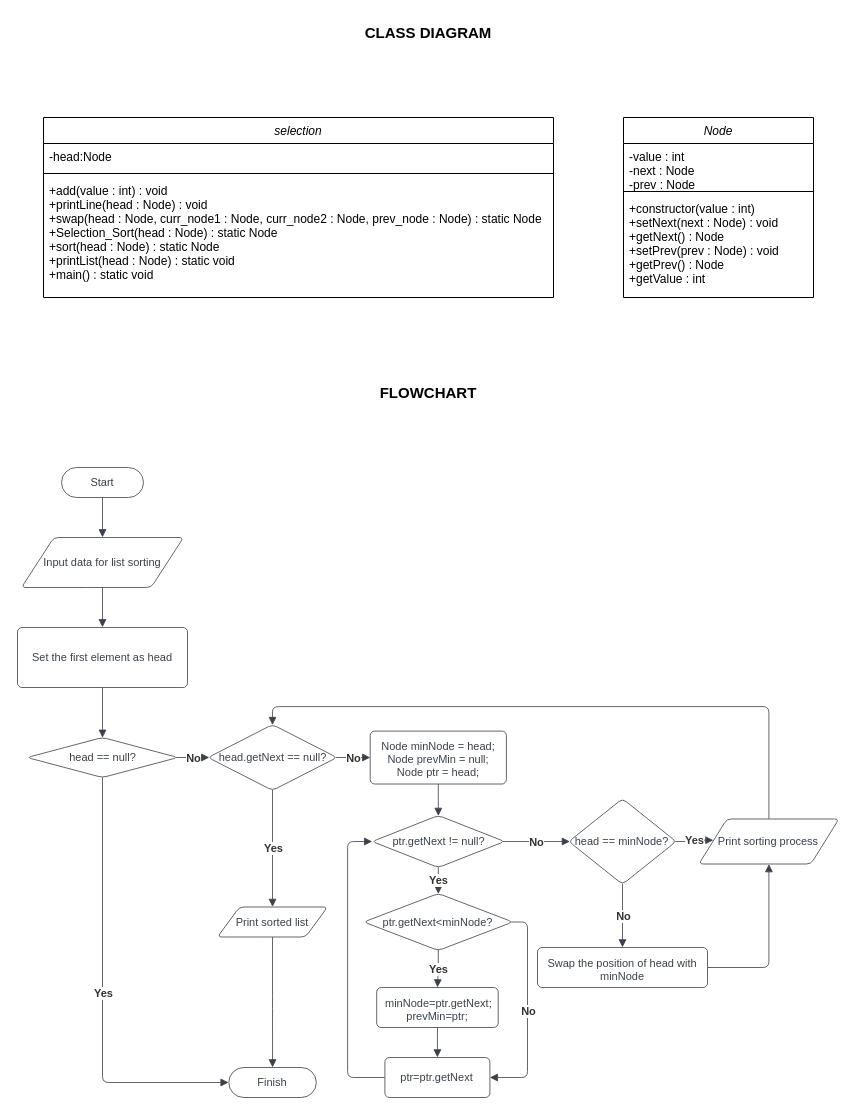
Before: 3. SimpleSort/Untitled Diagram.drawio in vstartech11/Strukdat, a draw.io diagram. Source tidied: cells renumbered, new cells numbered last; positions are measured from the earlier drawing's top-left corner, leaving out a move shared by most shapes. Both pictures are drawn from the tidied source at 100%, with x=0, y=0 at pixel (17, 17).
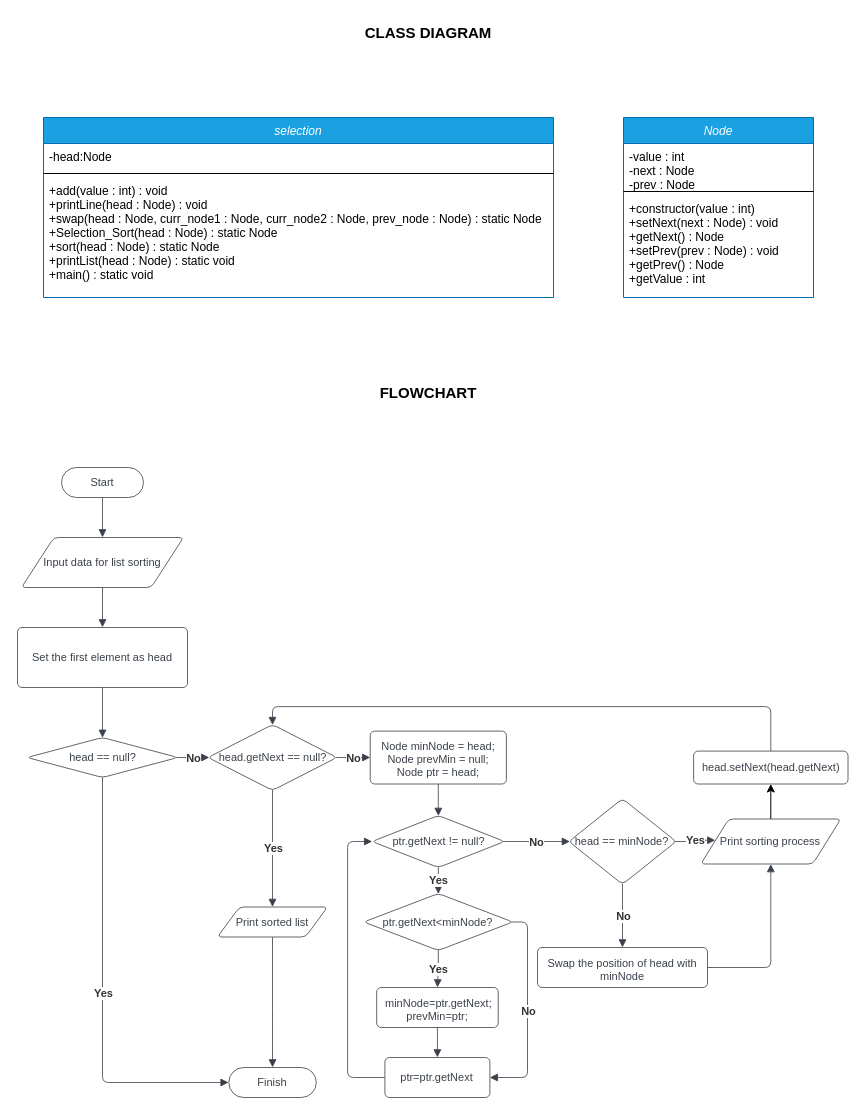
Above is the later version.

Unchanged cells that the change refers to:
```xml
<mxCell id="12" value="head.getNext == null?" style="html=1;overflow=block;blockSpacing=1;whiteSpace=wrap;rhombus;fontSize=11;fontColor=#3a414a;spacing=3.8;strokeColor=#3a414a;strokeOpacity=100;rounded=1;absoluteArcSize=1;arcSize=9;strokeWidth=0.8;" parent="1" vertex="1">
  <mxGeometry x="190.6" y="707.1" width="128.8" height="65.8" as="geometry" />
</mxCell>
```

What changed in the source:
```diff
@@
-    <mxCell id="2" value="selection" style="swimlane;fontStyle=2;align=center;verticalAlign=top;horizontal=1;startSize=26;rounded=0;shadow=0;strokeWidth=1;" parent="1" vertex="1">
+    <mxCell id="2" value="selection" style="swimlane;fontStyle=2;align=center;verticalAlign=top;horizontal=1;startSize=26;rounded=0;shadow=0;strokeWidth=1;fillColor=#1ba1e2;strokeColor=#006EAF;fontColor=#ffffff;" parent="1" vertex="1">
       <mxGeometry x="26" y="100" width="510" height="180" as="geometry" />
     </mxCell>
@@
-    <mxCell id="6" value="Node" style="swimlane;fontStyle=2;align=center;verticalAlign=top;horizontal=1;startSize=26;rounded=0;shadow=0;strokeWidth=1;" parent="1" vertex="1">
+    <mxCell id="6" value="Node" style="swimlane;fontStyle=2;align=center;verticalAlign=top;horizontal=1;startSize=26;rounded=0;shadow=0;strokeWidth=1;fillColor=#1ba1e2;strokeColor=#006EAF;fontColor=#ffffff;" parent="1" vertex="1">
       <mxGeometry x="606" y="100" width="190" height="180" as="geometry" />
     </mxCell>
@@
-    <mxCell id="30" style="html=1;jettySize=18;whiteSpace=wrap;fontSize=11;strokeColor=#3a414a;strokeOpacity=100;strokeWidth=0.8;rounded=1;arcSize=12;edgeStyle=orthogonalEdgeStyle;startArrow=none;endArrow=block;endFill=1;exitX=0.5;exitY=-0.004;exitPerimeter=0;entryX=0.5;entryY=0.006;entryPerimeter=0;" parent="1" edge="1" source="51" target="12">
+    <mxCell id="30" style="html=1;jettySize=18;whiteSpace=wrap;fontSize=11;strokeColor=#3a414a;strokeOpacity=100;strokeWidth=0.8;rounded=1;arcSize=12;edgeStyle=orthogonalEdgeStyle;startArrow=none;endArrow=block;endFill=1;exitX=0.5;exitY=-0.004;exitPerimeter=0;entryX=0.5;entryY=0.006;entryPerimeter=0;" parent="1" edge="1" source="57" target="12">
       <mxGeometry relative="1" as="geometry" />
     </mxCell>
@@
+    <mxCell id="56" style="edgeStyle=orthogonalEdgeStyle;rounded=0;jettySize=auto;html=1;exitX=0.5;exitY=0;exitDx=0;exitDy=0;entryX=0.5;entryY=1;entryDx=0;entryDy=0;" parent="1" edge="1" source="51" target="57">
+      <mxGeometry relative="1" as="geometry" />
+    </mxCell>
     <mxCell id="51" value="Print sorting process" style="html=1;overflow=block;blockSpacing=1;whiteSpace=wrap;shape=parallelogram;perimeter=parallelogramPerimeter;anchorPointDirection=0;fontSize=11;fontColor=#3a414a;spacing=3.8;strokeColor=#3a414a;strokeOpacity=100;rounded=1;absoluteArcSize=1;arcSize=9;strokeWidth=0.8;" parent="1" vertex="1">
-      <mxGeometry x="681.4" y="801.5" width="140" height="45" as="geometry" />
+      <mxGeometry x="683.3" y="801.5" width="140" height="45" as="geometry" />
     </mxCell>
@@
+    <mxCell id="57" value="head.setNext(head.getNext)" style="html=1;overflow=block;blockSpacing=1;whiteSpace=wrap;fontSize=11;fontColor=#3a414a;spacing=9;strokeColor=#3a414a;strokeOpacity=100;rounded=1;absoluteArcSize=1;arcSize=9;strokeWidth=0.8;" parent="1" vertex="1">
+      <mxGeometry x="676.1" y="733.6" width="154.4" height="32.9" as="geometry" />
+    </mxCell>
```
